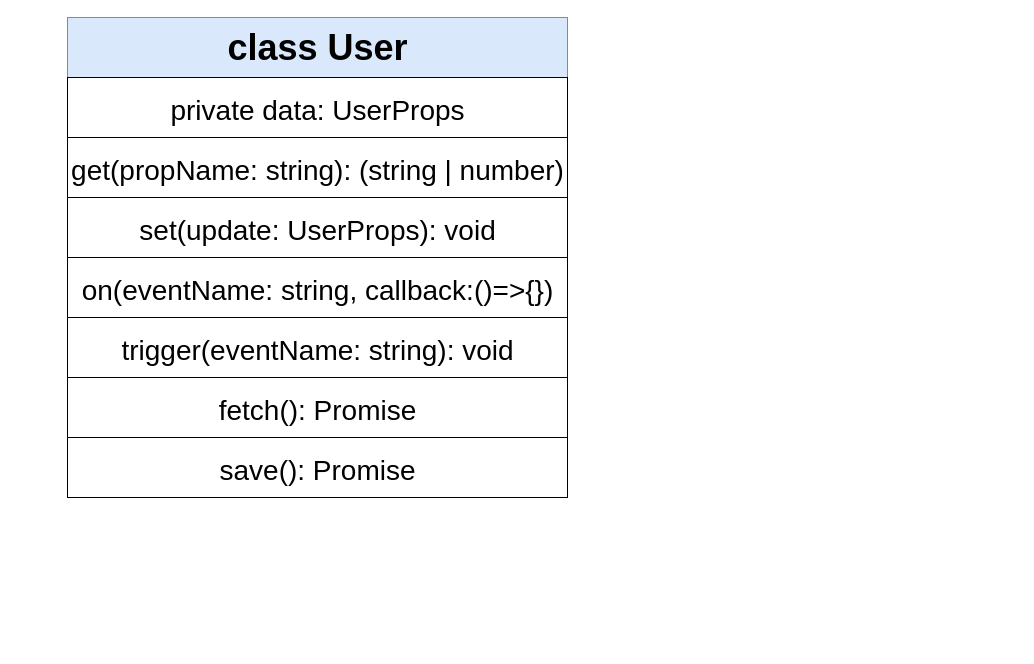
This is User.drawio from spike004/drawio, a draw.io file, before an edit. Source tidied: cells renumbered, new cells numbered last; positions are measured from the earlier drawing's top-left corner, leaving out a move shared by most shapes. Both pictures are drawn from the tidied source at 100%, with x=0, y=0 at pixel (57, 17).
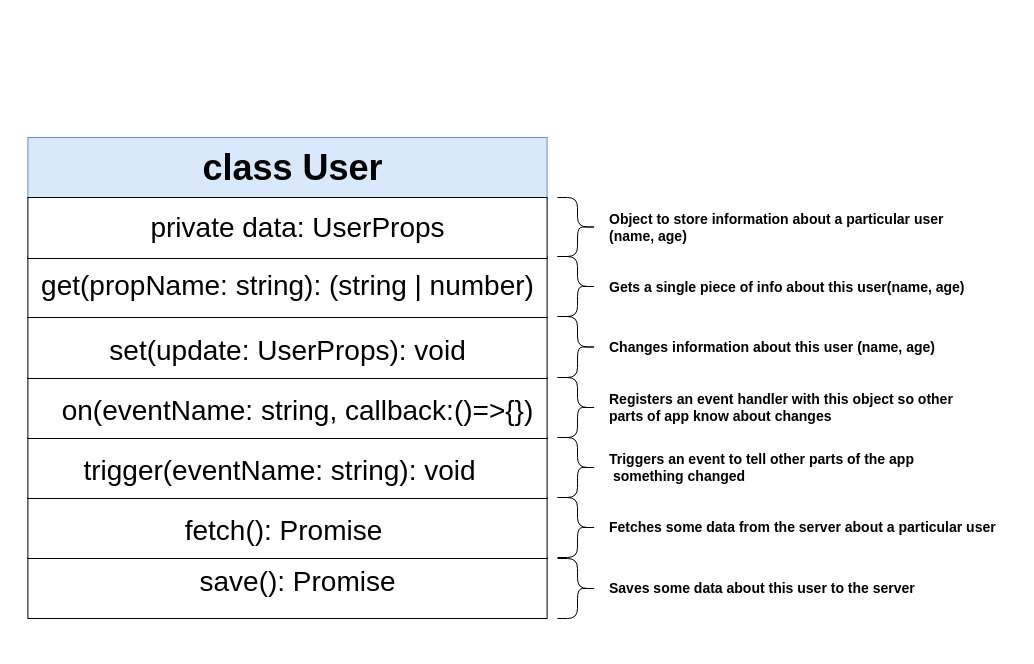
Above is the later version.

Diff of the diagram source:
```diff
@@
-    <mxCell id="2" style="whiteSpace=wrap;html=1;" parent="1" vertex="1">
-      <mxGeometry x="10" width="500" height="480" as="geometry" />
-    </mxCell>
+    <mxCell id="20" value="&lt;b style=&quot;font-size: 14px;&quot;&gt;Gets a single piece of info about this user(name, age)&lt;/b&gt;" style="text;html=1;align=left;verticalAlign=middle;fillColor=none;strokeColor=none;rounded=0;labelBackgroundColor=none;fontFamily=Helvetica;fontSize=14;" parent="1" vertex="1">
+      <mxGeometry x="550" y="255" width="380" height="30" as="geometry" />
+    </mxCell>
+    <mxCell id="21" style="group;" parent="1" vertex="1">
+      <mxGeometry x="-40" y="30" width="1000" height="600" as="geometry" />
+    </mxCell>
+    <mxCell id="22" style="group;" parent="21" vertex="1">
+      <mxGeometry x="10.4" y="500" width="529.6" height="71" as="geometry" />
+    </mxCell>
+    <mxCell id="18" style="rounded=0;whiteSpace=wrap;html=1;labelBackgroundColor=#99CCFF;fontSize=36;" parent="22" vertex="1">
+      <mxGeometry y="10" width="519.2" height="61" as="geometry" />
+    </mxCell>
+    <mxCell id="19" value="&lt;span style=&quot;&quot;&gt;&lt;font style=&quot;font-size: 28px;&quot;&gt;save(): Promise&lt;/font&gt;&lt;/span&gt;" style="text;html=1;align=center;verticalAlign=middle;rounded=0;labelBackgroundColor=none;fontSize=36;strokeWidth=0;" parent="22" vertex="1">
+      <mxGeometry x="159.6" y="1" width="220" height="60" as="geometry" />
+    </mxCell>
+    <mxCell id="23" style="group;" parent="21" vertex="1">
+      <mxGeometry x="10.4" y="440" width="519.2" height="61" as="geometry" />
+    </mxCell>
+    <mxCell id="11" style="rounded=0;whiteSpace=wrap;html=1;labelBackgroundColor=#99CCFF;fontSize=36;" parent="23" vertex="1">
+      <mxGeometry y="10" width="519.2" height="61" as="geometry" />
+    </mxCell>
+    <mxCell id="17" value="&lt;span style=&quot;&quot;&gt;&lt;font style=&quot;font-size: 28px;&quot;&gt;fetch(): Promise&lt;/font&gt;&lt;/span&gt;" style="text;html=1;align=center;verticalAlign=middle;rounded=0;labelBackgroundColor=none;fontSize=36;strokeWidth=0;" parent="23" vertex="1">
+      <mxGeometry x="145.4" y="10" width="220" height="60" as="geometry" />
+    </mxCell>
+    <mxCell id="24" style="group;" parent="21" vertex="1">
+      <mxGeometry x="10.4" y="390" width="519.2" height="61" as="geometry" />
+    </mxCell>
+    <mxCell id="8" style="rounded=0;whiteSpace=wrap;html=1;labelBackgroundColor=#99CCFF;fontSize=36;" parent="24" vertex="1">
+      <mxGeometry width="519.2" height="61" as="geometry" />
+    </mxCell>
+    <mxCell id="12" value="&lt;span style=&quot;&quot;&gt;&lt;font style=&quot;font-size: 28px;&quot;&gt;trigger(eventName: string): void&lt;/font&gt;&lt;/span&gt;" style="text;html=1;align=center;verticalAlign=middle;rounded=0;labelBackgroundColor=none;fontSize=36;strokeWidth=0;" parent="24" vertex="1">
+      <mxGeometry x="41.5" width="420" height="60" as="geometry" />
+    </mxCell>
+    <mxCell id="25" style="group;" parent="21" vertex="1">
+      <mxGeometry x="10.4" y="330" width="519.2" height="61" as="geometry" />
+    </mxCell>
+    <mxCell id="9" style="rounded=0;whiteSpace=wrap;html=1;labelBackgroundColor=#99CCFF;fontSize=36;" parent="25" vertex="1">
+      <mxGeometry width="519.2" height="61" as="geometry" />
+    </mxCell>
+    <mxCell id="15" value="&lt;span style=&quot;&quot;&gt;&lt;font style=&quot;font-size: 28px;&quot;&gt;on(eventName: string, callback:()=&amp;gt;{})&lt;/font&gt;&lt;/span&gt;" style="text;html=1;align=center;verticalAlign=middle;rounded=0;labelBackgroundColor=none;fontSize=36;strokeWidth=0;" parent="25" vertex="1">
+      <mxGeometry x="19.2" width="500" height="60" as="geometry" />
+    </mxCell>
+    <mxCell id="26" style="group;" parent="21" vertex="1">
+      <mxGeometry x="10.4" y="270" width="529.6" height="61" as="geometry" />
+    </mxCell>
+    <mxCell id="10" style="rounded=0;whiteSpace=wrap;html=1;labelBackgroundColor=#99CCFF;fontSize=36;" parent="26" vertex="1">
+      <mxGeometry width="519.2" height="61" as="geometry" />
+    </mxCell>
+    <mxCell id="14" value="&lt;span style=&quot;&quot;&gt;&lt;font style=&quot;font-size: 28px; line-height: 0.4;&quot;&gt;set(update: UserProps): void&lt;/font&gt;&lt;/span&gt;" style="text;html=1;align=center;verticalAlign=middle;rounded=0;labelBackgroundColor=none;fontSize=36;strokeWidth=0;" parent="26" vertex="1">
+      <mxGeometry x="69.6" width="380" height="60" as="geometry" />
+    </mxCell>
+    <mxCell id="27" style="group;" parent="26" vertex="1">
+      <mxGeometry x="-10.4" y="-61" width="540" height="61" as="geometry" />
+    </mxCell>
+    <mxCell id="7" style="rounded=0;whiteSpace=wrap;html=1;labelBackgroundColor=#99CCFF;fontSize=36;" parent="27" vertex="1">
+      <mxGeometry x="10.4" width="519.2" height="61" as="geometry" />
+    </mxCell>
+    <mxCell id="13" value="&lt;span style=&quot;&quot;&gt;&lt;font style=&quot;font-size: 28px;&quot;&gt;get(propName: string): (string | number)&lt;/font&gt;&lt;/span&gt;" style="text;html=1;align=center;verticalAlign=middle;points=[];rounded=0;labelBackgroundColor=none;fontSize=36;strokeWidth=0;" parent="27" vertex="1">
+      <mxGeometry x="9.6" y="-3.9" width="520" height="60" as="geometry" />
+    </mxCell>
+    <mxCell id="28" style="group;" parent="21" vertex="1">
+      <mxGeometry x="10.4" y="90" width="519.2" height="61" as="geometry" />
+    </mxCell>
-    <mxCell id="3" style="rounded=0;whiteSpace=wrap;html=1;labelBackgroundColor=#99CCFF;fontSize=36;fillColor=#dae8fc;strokeColor=#6c8ebf;" parent="1" vertex="1">
-      <mxGeometry x="10" width="500" height="60" as="geometry" />
+    <mxCell id="3" style="rounded=0;whiteSpace=wrap;html=1;labelBackgroundColor=#99CCFF;fontSize=36;fillColor=#dae8fc;strokeColor=#6c8ebf;" parent="28" vertex="1">
+      <mxGeometry width="519.2" height="61" as="geometry" />
     </mxCell>
-    <mxCell id="4" value="&lt;font style=&quot;font-size: 36px;&quot;&gt;&lt;b&gt;class User&lt;/b&gt;&lt;/font&gt;" style="text;html=1;align=center;verticalAlign=middle;fillColor=none;strokeColor=none;rounded=0;" parent="1" vertex="1">
-      <mxGeometry x="160" width="200" height="60" as="geometry" />
+    <mxCell id="4" value="&lt;font style=&quot;font-size: 36px;&quot;&gt;&lt;b&gt;class User&lt;/b&gt;&lt;/font&gt;" style="text;html=1;align=center;verticalAlign=middle;fillColor=none;strokeColor=none;rounded=0;" parent="28" vertex="1">
+      <mxGeometry x="164.8" width="200" height="60" as="geometry" />
     </mxCell>
-    <mxCell id="5" style="edgeStyle=orthogonalEdgeStyle;shape=flexArrow;rounded=0;jettySize=auto;html=1;fontSize=28;" parent="1" edge="1" source="6" target="13">
-      <mxGeometry relative="1" as="geometry" />
-    </mxCell>
+    <mxCell id="29" style="shape=curlyBracket;whiteSpace=wrap;html=1;rounded=1;flipH=1;labelBackgroundColor=none;fontSize=28;strokeWidth=1;" parent="21" vertex="1">
+      <mxGeometry x="540" y="450" width="40" height="60" as="geometry" />
+    </mxCell>
+    <mxCell id="30" style="shape=curlyBracket;whiteSpace=wrap;html=1;rounded=1;flipH=1;labelBackgroundColor=none;fontSize=28;strokeWidth=1;" parent="21" vertex="1">
+      <mxGeometry x="540" y="511" width="40" height="60" as="geometry" />
+    </mxCell>
+    <mxCell id="31" style="shape=curlyBracket;whiteSpace=wrap;html=1;rounded=1;flipH=1;labelBackgroundColor=none;fontSize=28;strokeWidth=1;spacing=1;" parent="21" vertex="1">
+      <mxGeometry x="540" y="390" width="40" height="60" as="geometry" />
+    </mxCell>
+    <mxCell id="32" style="shape=curlyBracket;whiteSpace=wrap;html=1;rounded=1;flipH=1;labelBackgroundColor=none;fontSize=28;strokeWidth=1;" parent="21" vertex="1">
+      <mxGeometry x="540" y="330" width="40" height="60" as="geometry" />
+    </mxCell>
+    <mxCell id="33" style="shape=curlyBracket;whiteSpace=wrap;html=1;rounded=1;flipH=1;labelBackgroundColor=none;fontSize=28;strokeWidth=1;" parent="21" vertex="1">
+      <mxGeometry x="540" y="269" width="40" height="61" as="geometry" />
+    </mxCell>
+    <mxCell id="34" style="shape=curlyBracket;whiteSpace=wrap;html=1;rounded=1;flipH=1;labelBackgroundColor=none;fontSize=28;strokeWidth=1;" parent="21" vertex="1">
+      <mxGeometry x="540" y="209" width="40" height="60" as="geometry" />
+    </mxCell>
+    <mxCell id="35" style="shape=curlyBracket;whiteSpace=wrap;html=1;rounded=1;flipH=1;labelBackgroundColor=none;fontSize=28;strokeWidth=1;" parent="21" vertex="1">
+      <mxGeometry x="540" y="150" width="40" height="59" as="geometry" />
+    </mxCell>
+    <mxCell id="36" style="group;" parent="21" vertex="1">
+      <mxGeometry x="10.4" y="150" width="519.2" height="61" as="geometry" />
+    </mxCell>
-    <mxCell id="6" style="rounded=0;whiteSpace=wrap;html=1;labelBackgroundColor=#99CCFF;fontSize=36;" parent="1" vertex="1">
-      <mxGeometry x="10" y="60" width="500" height="60" as="geometry" />
+    <mxCell id="6" style="rounded=0;whiteSpace=wrap;html=1;labelBackgroundColor=#99CCFF;fontSize=36;" parent="36" vertex="1">
+      <mxGeometry width="519.2" height="61" as="geometry" />
     </mxCell>
-    <mxCell id="7" style="rounded=0;whiteSpace=wrap;html=1;labelBackgroundColor=#99CCFF;fontSize=36;" parent="1" vertex="1">
-      <mxGeometry x="10" y="120" width="500" height="60" as="geometry" />
-    </mxCell>
-    <mxCell id="8" style="rounded=0;whiteSpace=wrap;html=1;labelBackgroundColor=#99CCFF;fontSize=36;" parent="1" vertex="1">
-      <mxGeometry x="10" y="300" width="500" height="60" as="geometry" />
-    </mxCell>
-    <mxCell id="9" style="rounded=0;whiteSpace=wrap;html=1;labelBackgroundColor=#99CCFF;fontSize=36;" parent="1" vertex="1">
-      <mxGeometry x="10" y="240" width="500" height="60" as="geometry" />
-    </mxCell>
-    <mxCell id="10" style="rounded=0;whiteSpace=wrap;html=1;labelBackgroundColor=#99CCFF;fontSize=36;" parent="1" vertex="1">
-      <mxGeometry x="10" y="180" width="500" height="60" as="geometry" />
-    </mxCell>
-    <mxCell id="11" style="rounded=0;whiteSpace=wrap;html=1;labelBackgroundColor=#99CCFF;fontSize=36;" parent="1" vertex="1">
-      <mxGeometry x="10" y="360" width="500" height="60" as="geometry" />
-    </mxCell>
-    <mxCell id="12" value="&lt;span style=&quot;&quot;&gt;&lt;font style=&quot;font-size: 28px;&quot;&gt;trigger(eventName: string): void&lt;/font&gt;&lt;/span&gt;" style="text;html=1;align=center;verticalAlign=middle;rounded=0;labelBackgroundColor=none;fontSize=36;strokeWidth=0;" parent="1" vertex="1">
-      <mxGeometry x="50" y="300" width="420" height="60" as="geometry" />
-    </mxCell>
-    <mxCell id="13" value="&lt;span style=&quot;&quot;&gt;&lt;font style=&quot;font-size: 28px;&quot;&gt;get(propName: string): (string | number)&lt;/font&gt;&lt;/span&gt;" style="text;html=1;align=center;verticalAlign=middle;points=[];rounded=0;labelBackgroundColor=none;fontSize=36;strokeWidth=0;" parent="1" vertex="1">
-      <mxGeometry y="120" width="520" height="60" as="geometry" />
-    </mxCell>
-    <mxCell id="14" value="&lt;span style=&quot;&quot;&gt;&lt;font style=&quot;font-size: 28px;&quot;&gt;set(update: UserProps): void&lt;/font&gt;&lt;/span&gt;" style="text;html=1;align=center;verticalAlign=middle;rounded=0;labelBackgroundColor=none;fontSize=36;strokeWidth=0;" parent="1" vertex="1">
-      <mxGeometry x="70" y="180" width="380" height="60" as="geometry" />
-    </mxCell>
-    <mxCell id="15" value="&lt;span style=&quot;&quot;&gt;&lt;font style=&quot;font-size: 28px;&quot;&gt;on(eventName: string, callback:()=&amp;gt;{})&lt;/font&gt;&lt;/span&gt;" style="text;html=1;align=center;verticalAlign=middle;rounded=0;labelBackgroundColor=none;fontSize=36;strokeWidth=0;" parent="1" vertex="1">
-      <mxGeometry x="10" y="240" width="500" height="60" as="geometry" />
-    </mxCell>
-    <mxCell id="16" value="&lt;span style=&quot;&quot;&gt;&lt;font style=&quot;font-size: 28px;&quot;&gt;private data: UserProps&lt;/font&gt;&lt;/span&gt;" style="text;html=1;align=center;verticalAlign=middle;rounded=0;labelBackgroundColor=none;fontSize=36;strokeWidth=0;" parent="1" vertex="1">
-      <mxGeometry x="100" y="60" width="320" height="60" as="geometry" />
+    <mxCell id="16" value="&lt;span style=&quot;&quot;&gt;&lt;font style=&quot;font-size: 28px;&quot;&gt;private data: UserProps&lt;/font&gt;&lt;/span&gt;" style="text;html=1;align=center;verticalAlign=middle;rounded=0;labelBackgroundColor=none;fontSize=36;strokeWidth=0;" parent="36" vertex="1">
+      <mxGeometry x="109.6" y="-3" width="320" height="60" as="geometry" />
     </mxCell>
-    <mxCell id="17" value="&lt;span style=&quot;&quot;&gt;&lt;font style=&quot;font-size: 28px;&quot;&gt;fetch(): Promise&lt;/font&gt;&lt;/span&gt;" style="text;html=1;align=center;verticalAlign=middle;rounded=0;labelBackgroundColor=none;fontSize=36;strokeWidth=0;" parent="1" vertex="1">
-      <mxGeometry x="150" y="360" width="220" height="60" as="geometry" />
-    </mxCell>
-    <mxCell id="18" style="rounded=0;whiteSpace=wrap;html=1;labelBackgroundColor=#99CCFF;fontSize=36;" parent="1" vertex="1">
-      <mxGeometry x="10" y="420" width="500" height="60" as="geometry" />
-    </mxCell>
-    <mxCell id="19" value="&lt;span style=&quot;&quot;&gt;&lt;font style=&quot;font-size: 28px;&quot;&gt;save(): Promise&lt;/font&gt;&lt;/span&gt;" style="text;html=1;align=center;verticalAlign=middle;rounded=0;labelBackgroundColor=none;fontSize=36;strokeWidth=0;" parent="1" vertex="1">
-      <mxGeometry x="150" y="420" width="220" height="60" as="geometry" />
-    </mxCell>
+    <mxCell id="37" value="&lt;b style=&quot;font-size: 14px;&quot;&gt;Registers an event handler with this object so other&lt;br&gt;parts of app know about changes&lt;/b&gt;" style="text;html=1;align=left;verticalAlign=middle;fillColor=none;strokeColor=none;rounded=0;labelBackgroundColor=none;fontFamily=Helvetica;fontSize=14;" parent="21" vertex="1">
+      <mxGeometry x="590" y="335" width="370" height="50" as="geometry" />
+    </mxCell>
+    <mxCell id="38" value="&lt;b style=&quot;font-size: 14px;&quot;&gt;Changes information about this user (name, age)&lt;/b&gt;" style="text;html=1;align=left;verticalAlign=middle;fillColor=none;strokeColor=none;rounded=0;labelBackgroundColor=none;fontFamily=Helvetica;fontSize=14;" parent="21" vertex="1">
+      <mxGeometry x="590" y="285" width="350" height="30" as="geometry" />
+    </mxCell>
+    <mxCell id="39" value="&lt;span style=&quot;font-size: 14px;&quot;&gt;&lt;font style=&quot;font-size: 14px; line-height: 0.9;&quot;&gt;&lt;b style=&quot;font-size: 14px;&quot;&gt;Object to store information about a particular user &lt;br style=&quot;font-size: 14px;&quot;&gt;(name, age)&lt;/b&gt;&lt;/font&gt;&lt;/span&gt;" style="text;html=1;align=left;verticalAlign=middle;rounded=0;labelBackgroundColor=none;fontSize=14;strokeWidth=0;spacing=2;textDirection=ltr;horizontal=1;" parent="21" vertex="1">
+      <mxGeometry x="590" y="154.5" width="360" height="50" as="geometry" />
+    </mxCell>
+    <mxCell id="40" value="&lt;b style=&quot;font-size: 14px;&quot;&gt;Triggers an event to tell other parts of the app&lt;br&gt;&amp;nbsp;something changed&lt;/b&gt;" style="text;html=1;align=left;verticalAlign=middle;fillColor=none;strokeColor=none;rounded=0;labelBackgroundColor=none;fontFamily=Helvetica;fontSize=14;" parent="21" vertex="1">
+      <mxGeometry x="590" y="395" width="330" height="50" as="geometry" />
+    </mxCell>
+    <mxCell id="41" value="&lt;b style=&quot;font-size: 14px;&quot;&gt;Fetches some data from the server about a particular user&lt;/b&gt;" style="text;html=1;align=left;verticalAlign=middle;fillColor=none;strokeColor=none;rounded=0;labelBackgroundColor=none;fontFamily=Helvetica;fontSize=14;" parent="21" vertex="1">
+      <mxGeometry x="590" y="465" width="410" height="30" as="geometry" />
+    </mxCell>
+    <mxCell id="42" value="&lt;b style=&quot;font-size: 14px;&quot;&gt;Saves some data about this user to the server&lt;/b&gt;" style="text;html=1;align=left;verticalAlign=middle;fillColor=none;strokeColor=none;rounded=0;labelBackgroundColor=none;fontFamily=Helvetica;fontSize=14;" parent="21" vertex="1">
+      <mxGeometry x="590" y="526" width="330" height="30" as="geometry" />
+    </mxCell>
```
